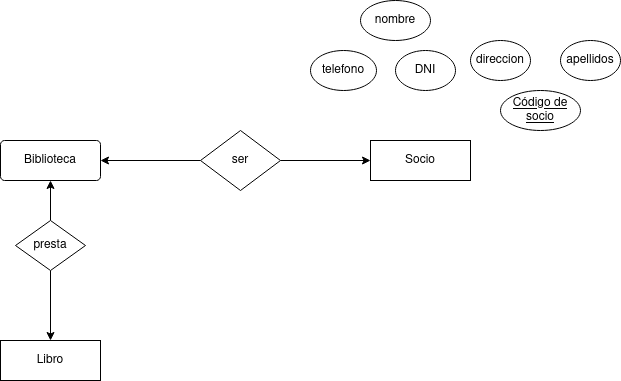
CRhernandez1/base-datos keeps this draw.io diagram as Unidad-1/Tareas/Tarea-7/Tarea-7.drawio.png. Above is the earlier version. Source tidied: cells renumbered, new cells last; positions are measured from the earlier drawing's top-left corner, leaving out a move shared by most shapes.
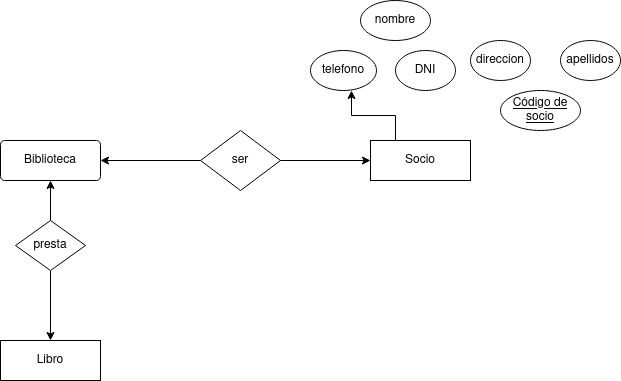
After the change.

Change to the diagram source:
```diff
@@ -47,5 +47,8 @@
     <mxCell id="16" value="nombre" style="ellipse;whiteSpace=wrap;html=1;align=center;" parent="1" vertex="1">
       <mxGeometry x="360" width="70" height="40" as="geometry" />
     </mxCell>
+    <mxCell id="17" style="edgeStyle=orthogonalEdgeStyle;rounded=0;jettySize=auto;html=1;exitX=0.25;exitY=0;exitDx=0;exitDy=0;entryX=0.621;entryY=1;entryDx=0;entryDy=0;entryPerimeter=0;" parent="1" edge="1" source="3" target="15">
+      <mxGeometry relative="1" as="geometry" />
+    </mxCell>
   </root>
 </mxGraphModel>
```
